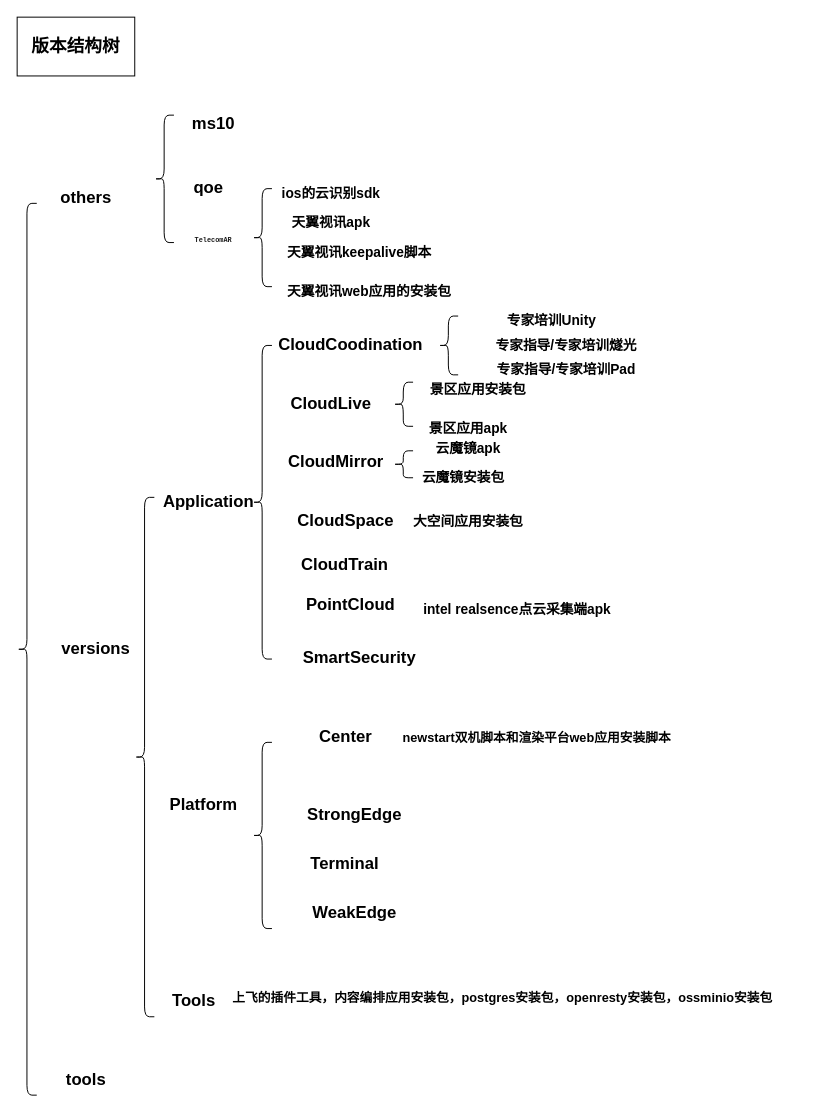
The draw.io diagram Untitled Diagram.drawio in xiaoyuanwu123/notes, before the edit. Source tidied: cells renumbered, new cells numbered last; positions are measured from the earlier drawing's top-left corner, leaving out a move shared by most shapes. Both pictures are drawn from the tidied source at 98%, with x=0, y=0 at pixel (17, 17).
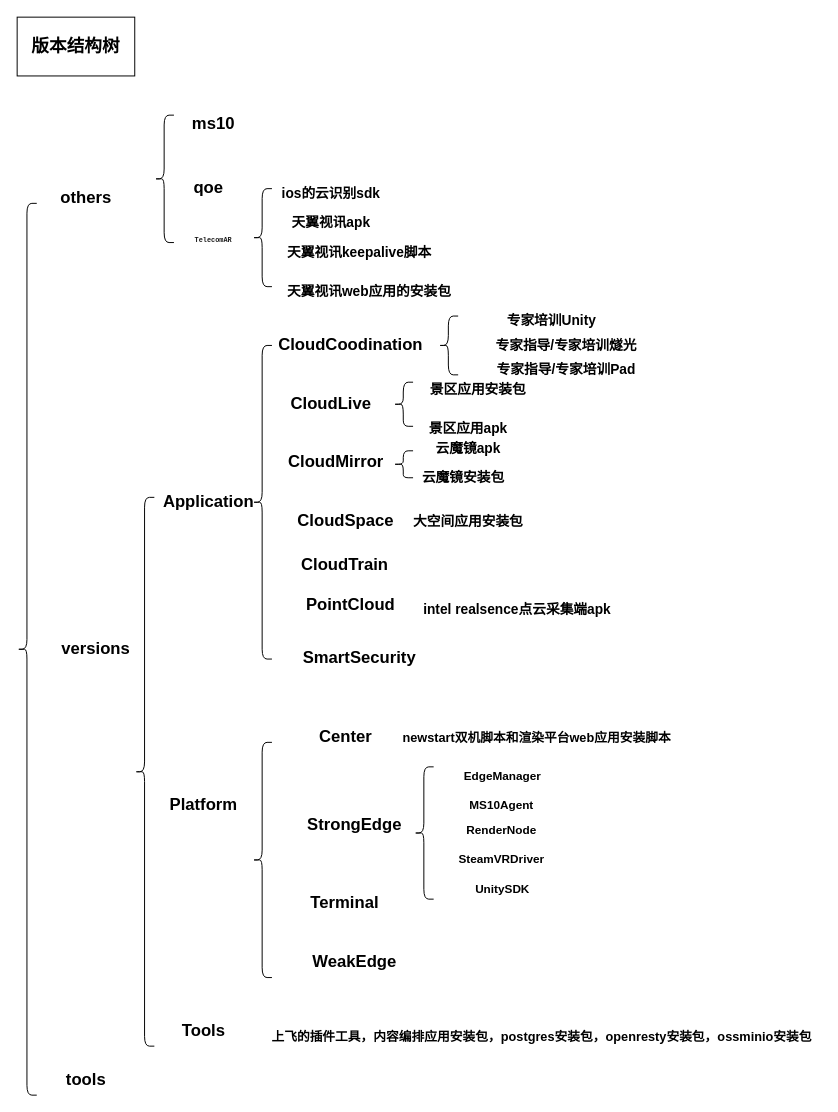
The same diagram, later.

The edit, as a diff of the source:
```diff
@@
     <mxCell id="18" value="Tools" style="text;html=1;align=center;verticalAlign=middle;fillColor=none;strokeColor=none;rounded=0;fontStyle=1;fontSize=17;" parent="1" vertex="1">
-      <mxGeometry x="150" y="990" width="60" height="30" as="geometry" />
+      <mxGeometry x="160" y="1020" width="60" height="30" as="geometry" />
     </mxCell>
     <mxCell id="19" style="shape=curlyBracket;whiteSpace=wrap;html=1;rounded=1;fontSize=18;" parent="1" vertex="1">
-      <mxGeometry x="120" y="490" width="20" height="530" as="geometry" />
+      <mxGeometry x="120" y="490" width="20" height="560" as="geometry" />
     </mxCell>
@@
     <mxCell id="40" style="shape=curlyBracket;whiteSpace=wrap;html=1;rounded=1;fontSize=14;" parent="1" vertex="1">
-      <mxGeometry x="240" y="740" width="20" height="190" as="geometry" />
+      <mxGeometry x="240" y="740" width="20" height="240" as="geometry" />
     </mxCell>
@@
     <mxCell id="42" value="StrongEdge" style="text;html=1;align=center;verticalAlign=middle;fillColor=none;strokeColor=none;rounded=0;fontStyle=1;fontSize=17;" parent="1" vertex="1">
-      <mxGeometry x="289" y="800" width="110" height="30" as="geometry" />
+      <mxGeometry x="289" y="810" width="110" height="30" as="geometry" />
     </mxCell>
     <mxCell id="43" value="Terminal" style="text;html=1;align=center;verticalAlign=middle;fillColor=none;strokeColor=none;rounded=0;fontStyle=1;fontSize=17;" parent="1" vertex="1">
-      <mxGeometry x="289" y="850" width="90" height="30" as="geometry" />
+      <mxGeometry x="289" y="890" width="90" height="30" as="geometry" />
     </mxCell>
     <mxCell id="44" value="WeakEdge" style="text;html=1;align=center;verticalAlign=middle;fillColor=none;strokeColor=none;rounded=0;fontStyle=1;fontSize=17;" parent="1" vertex="1">
-      <mxGeometry x="294" y="900" width="100" height="30" as="geometry" />
+      <mxGeometry x="294" y="950" width="100" height="30" as="geometry" />
     </mxCell>
     <mxCell id="45" value="上飞的插件工具，内容编排应用安装包，postgres安装包，openresty安装包，ossminio安装包" style="text;html=1;align=center;verticalAlign=middle;fillColor=none;strokeColor=none;rounded=0;fontStyle=1;fontSize=13;" parent="1" vertex="1">
-      <mxGeometry x="210" y="990" width="570" height="20" as="geometry" />
+      <mxGeometry x="250" y="1030" width="570" height="20" as="geometry" />
     </mxCell>
@@
+    <mxCell id="47" value="EdgeManager" style="text;html=1;align=center;verticalAlign=middle;fillColor=none;strokeColor=none;rounded=0;fontStyle=1;fontSize=12;" parent="1" vertex="1">
+      <mxGeometry x="450" y="765" width="90" height="20" as="geometry" />
+    </mxCell>
+    <mxCell id="48" value="MS10Agent" style="text;html=1;align=center;verticalAlign=middle;fillColor=none;strokeColor=none;rounded=0;fontStyle=1;fontSize=12;" parent="1" vertex="1">
+      <mxGeometry x="454" y="795" width="80" height="20" as="geometry" />
+    </mxCell>
+    <mxCell id="49" value="RenderNode" style="text;html=1;align=center;verticalAlign=middle;fillColor=none;strokeColor=none;rounded=0;fontStyle=1;fontSize=12;" parent="1" vertex="1">
+      <mxGeometry x="449" y="820" width="90" height="20" as="geometry" />
+    </mxCell>
+    <mxCell id="50" value="SteamVRDriver" style="text;html=1;align=center;verticalAlign=middle;fillColor=none;strokeColor=none;rounded=0;fontStyle=1;fontSize=12;" parent="1" vertex="1">
+      <mxGeometry x="444" y="850" width="100" height="20" as="geometry" />
+    </mxCell>
+    <mxCell id="51" value="UnitySDK" style="text;html=1;align=center;verticalAlign=middle;fillColor=none;strokeColor=none;rounded=0;fontStyle=1;fontSize=12;" parent="1" vertex="1">
+      <mxGeometry x="460" y="880" width="70" height="20" as="geometry" />
+    </mxCell>
+    <mxCell id="52" style="shape=curlyBracket;whiteSpace=wrap;html=1;rounded=1;fontSize=13;" parent="1" vertex="1">
+      <mxGeometry x="405" y="765" width="20" height="135" as="geometry" />
+    </mxCell>
```
